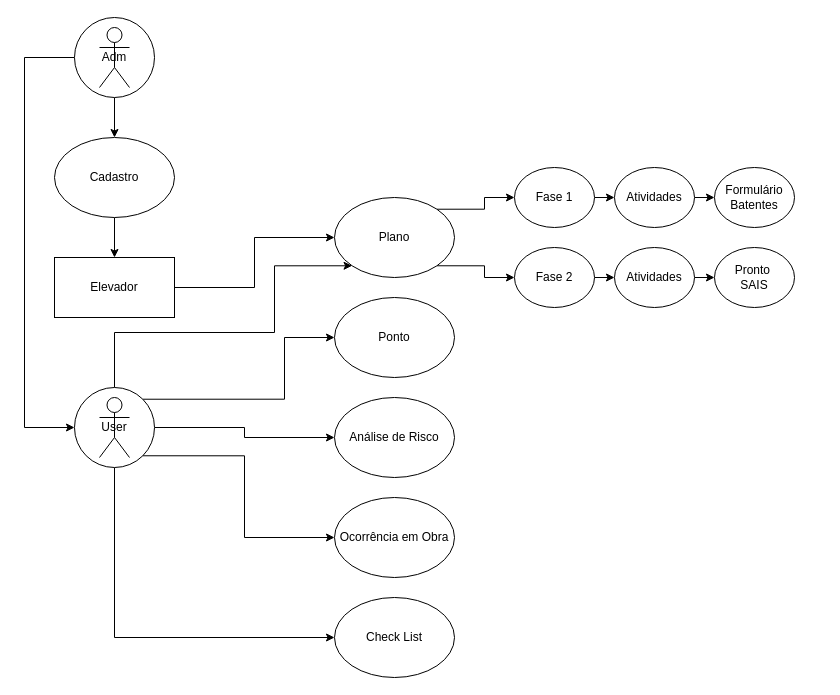
This is Front.drawio from DanielMedeirosBr/danielmedeirosbr.github.io, a draw.io file, before an edit. Source tidied: cells renumbered, new cells numbered last; positions are measured from the earlier drawing's top-left corner, leaving out a move shared by most shapes. Both pictures are drawn from the tidied source at 100%, with x=0, y=0 at pixel (24, 17).
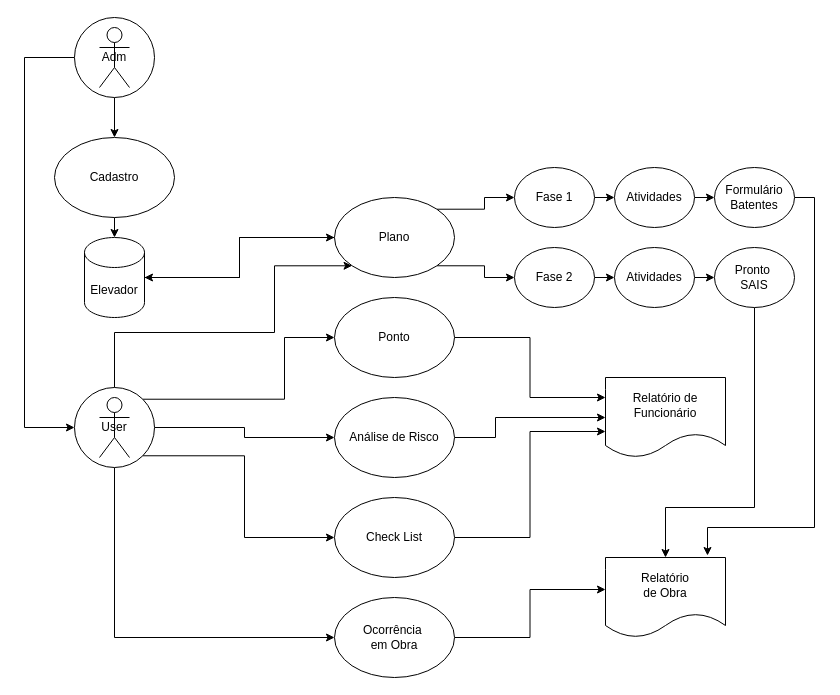
The same diagram, later.

The change refers to these unchanged cells:
```xml
<mxCell id="15" value="Ponto" style="ellipse;whiteSpace=wrap;html=1;" parent="1" vertex="1">
  <mxGeometry x="310" y="280" width="120" height="80" as="geometry" />
</mxCell>
<mxCell id="17" value="Análise de Risco" style="ellipse;whiteSpace=wrap;html=1;" parent="1" vertex="1">
  <mxGeometry x="310" y="380" width="120" height="80" as="geometry" />
</mxCell>
<mxCell id="19" value="Cadastro" style="ellipse;whiteSpace=wrap;html=1;" parent="1" vertex="1">
  <mxGeometry x="30" y="120" width="120" height="80" as="geometry" />
</mxCell>
<mxCell id="22" value="Plano" style="ellipse;whiteSpace=wrap;html=1;" parent="1" vertex="1">
  <mxGeometry x="310" y="180" width="120" height="80" as="geometry" />
</mxCell>
<mxCell id="31" value="Formulário&lt;br&gt;Batentes" style="ellipse;whiteSpace=wrap;html=1;" parent="1" vertex="1">
  <mxGeometry x="690" y="150" width="80" height="60" as="geometry" />
</mxCell>
<mxCell id="32" value="Pronto&amp;nbsp;&lt;br&gt;SAIS" style="ellipse;whiteSpace=wrap;html=1;" parent="1" vertex="1">
  <mxGeometry x="690" y="230" width="80" height="60" as="geometry" />
</mxCell>
```

Change to the diagram source:
```diff
@@
-    <mxCell id="11" style="edgeStyle=orthogonalEdgeStyle;rounded=0;jettySize=auto;html=1;exitX=1;exitY=0.5;exitDx=0;exitDy=0;entryX=0;entryY=0.5;entryDx=0;entryDy=0;" parent="1" edge="1" source="12" target="22">
-      <mxGeometry relative="1" as="geometry" />
-    </mxCell>
-    <mxCell id="12" value="Elevador" style="rounded=0;whiteSpace=wrap;html=1;" parent="1" vertex="1">
-      <mxGeometry x="30" y="240" width="120" height="60" as="geometry" />
-    </mxCell>
@@
+    <mxCell id="34" style="edgeStyle=orthogonalEdgeStyle;rounded=0;jettySize=auto;html=1;exitX=1;exitY=0.5;exitDx=0;exitDy=0;entryX=0;entryY=0.25;entryDx=0;entryDy=0;" parent="1" edge="1" source="15" target="42">
+      <mxGeometry relative="1" as="geometry" />
+    </mxCell>
@@
+    <mxCell id="35" style="edgeStyle=orthogonalEdgeStyle;rounded=0;jettySize=auto;html=1;exitX=1;exitY=0.5;exitDx=0;exitDy=0;entryX=0;entryY=0.675;entryDx=0;entryDy=0;entryPerimeter=0;" parent="1" edge="1" source="16" target="42">
+      <mxGeometry relative="1" as="geometry" />
+    </mxCell>
-    <mxCell id="16" value="Ocorrência em Obra" style="ellipse;whiteSpace=wrap;html=1;" parent="1" vertex="1">
+    <mxCell id="16" value="Check List" style="ellipse;whiteSpace=wrap;html=1;" parent="1" vertex="1">
       <mxGeometry x="310" y="480" width="120" height="80" as="geometry" />
     </mxCell>
+    <mxCell id="36" style="edgeStyle=orthogonalEdgeStyle;rounded=0;jettySize=auto;html=1;exitX=1;exitY=0.5;exitDx=0;exitDy=0;entryX=0;entryY=0.5;entryDx=0;entryDy=0;" parent="1" edge="1" source="17" target="42">
+      <mxGeometry relative="1" as="geometry">
+        <Array as="points">
+          <mxPoint x="471" y="420" />
+          <mxPoint x="471" y="400" />
+        </Array>
+      </mxGeometry>
+    </mxCell>
@@
-    <mxCell id="18" style="edgeStyle=orthogonalEdgeStyle;rounded=0;jettySize=auto;html=1;exitX=0.5;exitY=1;exitDx=0;exitDy=0;entryX=0.5;entryY=0;entryDx=0;entryDy=0;" parent="1" edge="1" source="19" target="12">
+    <mxCell id="18" style="edgeStyle=orthogonalEdgeStyle;rounded=0;jettySize=auto;html=1;exitX=0.5;exitY=1;exitDx=0;exitDy=0;entryX=0.5;entryY=0;entryDx=0;entryDy=0;entryPerimeter=0;" parent="1" edge="1" source="19" target="12">
       <mxGeometry relative="1" as="geometry" />
     </mxCell>
@@
+    <mxCell id="37" style="edgeStyle=orthogonalEdgeStyle;rounded=0;jettySize=auto;html=1;exitX=0;exitY=0.5;exitDx=0;exitDy=0;entryX=1;entryY=0.5;entryDx=0;entryDy=0;entryPerimeter=0;" parent="1" edge="1" source="22" target="12">
+      <mxGeometry relative="1" as="geometry" />
+    </mxCell>
@@
+    <mxCell id="38" style="edgeStyle=orthogonalEdgeStyle;rounded=0;jettySize=auto;html=1;exitX=1;exitY=0.5;exitDx=0;exitDy=0;entryX=0.85;entryY=-0.025;entryDx=0;entryDy=0;entryPerimeter=0;" parent="1" edge="1" source="31" target="41">
+      <mxGeometry relative="1" as="geometry">
+        <Array as="points">
+          <mxPoint x="790" y="180" />
+          <mxPoint x="790" y="510" />
+          <mxPoint x="683" y="510" />
+        </Array>
+      </mxGeometry>
+    </mxCell>
@@
+    <mxCell id="39" style="edgeStyle=orthogonalEdgeStyle;rounded=0;jettySize=auto;html=1;exitX=0.5;exitY=1;exitDx=0;exitDy=0;entryX=0.5;entryY=0;entryDx=0;entryDy=0;" parent="1" edge="1" source="32" target="41">
+      <mxGeometry relative="1" as="geometry">
+        <Array as="points">
+          <mxPoint x="730" y="490" />
+          <mxPoint x="641" y="490" />
+        </Array>
+      </mxGeometry>
+    </mxCell>
@@
+    <mxCell id="40" style="edgeStyle=orthogonalEdgeStyle;rounded=0;jettySize=auto;html=1;exitX=1;exitY=0.5;exitDx=0;exitDy=0;entryX=0;entryY=0.4;entryDx=0;entryDy=0;entryPerimeter=0;" parent="1" edge="1" source="33" target="41">
+      <mxGeometry relative="1" as="geometry" />
+    </mxCell>
-    <mxCell id="33" value="Check List" style="ellipse;whiteSpace=wrap;html=1;" parent="1" vertex="1">
+    <mxCell id="33" value="Ocorrência&amp;nbsp;&lt;br&gt;em Obra" style="ellipse;whiteSpace=wrap;html=1;" parent="1" vertex="1">
       <mxGeometry x="310" y="580" width="120" height="80" as="geometry" />
     </mxCell>
+    <mxCell id="11" style="edgeStyle=orthogonalEdgeStyle;rounded=0;jettySize=auto;html=1;exitX=1;exitY=0.5;exitDx=0;exitDy=0;exitPerimeter=0;entryX=0;entryY=0.5;entryDx=0;entryDy=0;" parent="1" edge="1" source="12" target="22">
+      <mxGeometry relative="1" as="geometry" />
+    </mxCell>
+    <mxCell id="12" value="Elevador" style="shape=cylinder3;whiteSpace=wrap;html=1;boundedLbl=1;backgroundOutline=1;size=15;" parent="1" vertex="1">
+      <mxGeometry x="60" y="220" width="60" height="80" as="geometry" />
+    </mxCell>
+    <mxCell id="41" value="Relatório &lt;br&gt;de Obra" style="shape=document;whiteSpace=wrap;html=1;boundedLbl=1;" parent="1" vertex="1">
+      <mxGeometry x="581" y="540" width="120" height="80" as="geometry" />
+    </mxCell>
+    <mxCell id="42" value="Relatório de Funcionário" style="shape=document;whiteSpace=wrap;html=1;boundedLbl=1;" parent="1" vertex="1">
+      <mxGeometry x="581" y="360" width="120" height="80" as="geometry" />
+    </mxCell>
```
